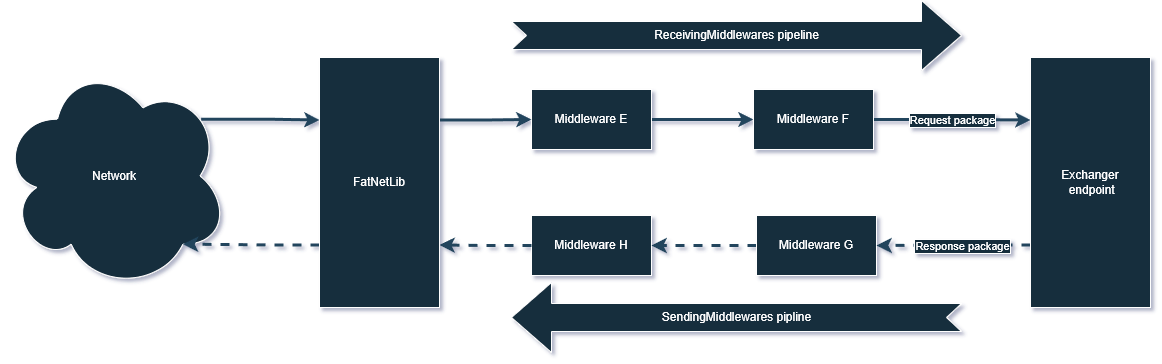
VasiliyKolihalov/FatNetLib keeps this draw.io diagram as docs/2-essentials/images/receiving-middlewares-pipline.drawio.png. Above is the earlier version. Source tidied: cells renumbered, new cells last; positions are measured from the earlier drawing's top-left corner, leaving out a move shared by most shapes.
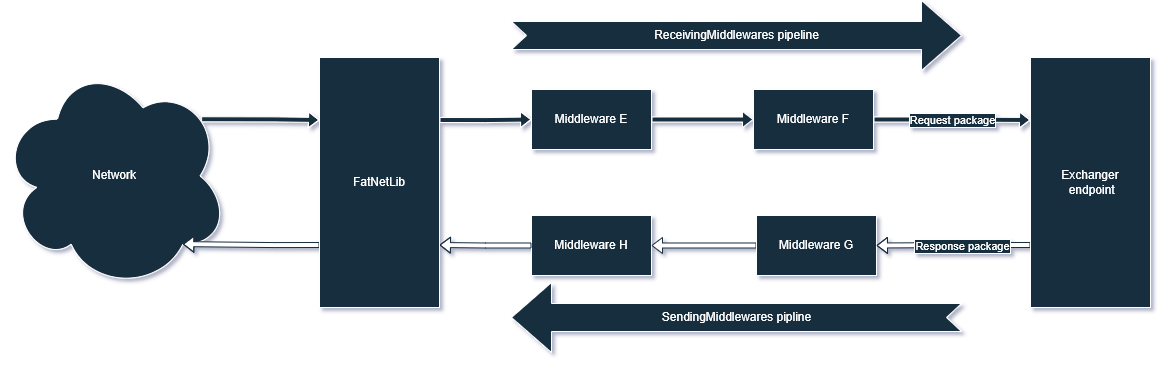
Later version of the same file.

Diff of the diagram source:
```diff
@@ -2,13 +2,13 @@
   <root>
     <mxCell id="0" />
     <mxCell id="1" parent="0" />
-    <mxCell id="2" style="edgeStyle=orthogonalEdgeStyle;rounded=0;jettySize=auto;html=1;entryX=0;entryY=0.5;entryDx=0;entryDy=0;strokeColor=#23445D;labelBackgroundColor=none;fontColor=default;strokeWidth=3;" parent="1" edge="1" source="3" target="5">
+    <mxCell id="2" style="edgeStyle=orthogonalEdgeStyle;rounded=0;jettySize=auto;html=1;entryX=0;entryY=0.5;entryDx=0;entryDy=0;strokeColor=#FFFFFF;labelBackgroundColor=default;fontColor=default;strokeWidth=1;shape=flexArrow;fontSize=18;shadow=0;fillColor=#182E3E;arcSize=20;endSize=3.1619047619047618;endWidth=10;width=5;" parent="1" edge="1" source="3" target="5">
       <mxGeometry relative="1" as="geometry" />
     </mxCell>
     <mxCell id="3" value="Middleware E" style="rounded=0;whiteSpace=wrap;html=1;strokeColor=#FFFFFF;fontColor=#FFFFFF;fillColor=#182E3E;labelBackgroundColor=none;" parent="1" vertex="1">
       <mxGeometry x="531" y="89" width="120" height="60" as="geometry" />
     </mxCell>
-    <mxCell id="4" style="edgeStyle=orthogonalEdgeStyle;rounded=0;jettySize=auto;html=1;entryX=0;entryY=0.25;entryDx=0;entryDy=0;strokeColor=#23445D;labelBackgroundColor=none;fontColor=default;strokeWidth=3;" parent="1" edge="1" source="5" target="12">
+    <mxCell id="4" style="edgeStyle=orthogonalEdgeStyle;rounded=0;jettySize=auto;html=1;entryX=0;entryY=0.25;entryDx=0;entryDy=0;strokeColor=#FFFFFF;labelBackgroundColor=default;fontColor=default;strokeWidth=1;shape=flexArrow;fontSize=18;shadow=0;fillColor=#182E3E;arcSize=20;endSize=3.1619047619047618;endWidth=10;width=5;" parent="1" edge="1" source="5" target="12">
       <mxGeometry relative="1" as="geometry" />
     </mxCell>
     <mxCell id="5" value="Middleware F" style="rounded=0;whiteSpace=wrap;html=1;strokeColor=#FFFFFF;fontColor=#FFFFFF;fillColor=#182E3E;labelBackgroundColor=none;" parent="1" vertex="1">
@@ -17,7 +17,7 @@
     <mxCell id="6" value="Middleware H" style="rounded=0;whiteSpace=wrap;html=1;strokeColor=#FFFFFF;fontColor=#FFFFFF;fillColor=#182E3E;labelBackgroundColor=none;" parent="1" vertex="1">
       <mxGeometry x="531" y="215" width="120" height="60" as="geometry" />
     </mxCell>
-    <mxCell id="7" style="edgeStyle=orthogonalEdgeStyle;rounded=0;jettySize=auto;html=1;strokeColor=#23445D;labelBackgroundColor=none;fontColor=default;dashed=1;strokeWidth=3;" parent="1" edge="1" source="8" target="6">
+    <mxCell id="7" style="edgeStyle=orthogonalEdgeStyle;rounded=0;jettySize=auto;html=1;strokeColor=#182E3E;labelBackgroundColor=default;fontColor=default;strokeWidth=1;shape=flexArrow;fontSize=18;shadow=0;fillColor=#FFFFFF;arcSize=20;endSize=3.1619047619047618;endWidth=10;width=5;" parent="1" edge="1" source="8" target="6">
       <mxGeometry relative="1" as="geometry" />
     </mxCell>
     <mxCell id="8" value="Middleware G" style="rounded=0;whiteSpace=wrap;html=1;strokeColor=#FFFFFF;fontColor=#FFFFFF;fillColor=#182E3E;labelBackgroundColor=none;" parent="1" vertex="1">
@@ -29,28 +29,28 @@
     <mxCell id="10" value="SendingMiddlewares pipline" style="html=1;shadow=0;dashed=0;align=center;verticalAlign=middle;shape=mxgraph.arrows2.arrow;dy=0.6;dx=40;notch=15;strokeColor=#FFFFFF;fontColor=#FFFFFF;fillColor=#182E3E;flipH=1;labelBackgroundColor=none;" parent="1" vertex="1">
       <mxGeometry x="511" y="282" width="450" height="70" as="geometry" />
     </mxCell>
-    <mxCell id="11" style="edgeStyle=orthogonalEdgeStyle;rounded=0;jettySize=auto;html=1;strokeColor=#23445D;exitX=0;exitY=0.75;exitDx=0;exitDy=0;labelBackgroundColor=none;fontColor=default;dashed=1;strokeWidth=3;" parent="1" edge="1" source="12" target="8">
+    <mxCell id="11" style="edgeStyle=orthogonalEdgeStyle;rounded=0;jettySize=auto;html=1;strokeColor=#182E3E;exitX=0;exitY=0.75;exitDx=0;exitDy=0;labelBackgroundColor=default;fontColor=default;strokeWidth=1;shape=flexArrow;fontSize=18;shadow=0;fillColor=#FFFFFF;arcSize=20;endSize=3.1619047619047618;endWidth=10;width=5;" parent="1" edge="1" source="12" target="8">
       <mxGeometry relative="1" as="geometry" />
     </mxCell>
     <mxCell id="12" value="Exchanger&lt;br&gt;&amp;nbsp;endpoint" style="rounded=0;whiteSpace=wrap;html=1;strokeColor=#FFFFFF;fontColor=#FFFFFF;fillColor=#182E3E;labelBackgroundColor=none;" parent="1" vertex="1">
       <mxGeometry x="1030" y="57" width="120" height="250" as="geometry" />
     </mxCell>
-    <mxCell id="13" style="edgeStyle=orthogonalEdgeStyle;rounded=0;jettySize=auto;html=1;exitX=0.88;exitY=0.25;exitDx=0;exitDy=0;exitPerimeter=0;entryX=0;entryY=0.25;entryDx=0;entryDy=0;strokeColor=#23445D;labelBackgroundColor=none;strokeWidth=3;" parent="1" edge="1" source="14" target="19">
+    <mxCell id="13" style="edgeStyle=orthogonalEdgeStyle;rounded=0;jettySize=auto;html=1;exitX=0.88;exitY=0.25;exitDx=0;exitDy=0;exitPerimeter=0;entryX=0;entryY=0.25;entryDx=0;entryDy=0;strokeColor=#FFFFFF;labelBackgroundColor=default;strokeWidth=1;shape=flexArrow;width=5;fontSize=18;shadow=0;fillColor=#182E3E;arcSize=20;endSize=3.1619047619047618;endWidth=10;" parent="1" edge="1" source="14" target="19">
       <mxGeometry relative="1" as="geometry" />
     </mxCell>
     <mxCell id="14" value="Network" style="ellipse;shape=cloud;whiteSpace=wrap;html=1;labelBackgroundColor=none;fillColor=#182E3E;strokeColor=#FFFFFF;fontColor=#FFFFFF;" parent="1" vertex="1">
       <mxGeometry y="62" width="228" height="227" as="geometry" />
     </mxCell>
-    <mxCell id="15" style="edgeStyle=orthogonalEdgeStyle;rounded=0;jettySize=auto;html=1;entryX=1;entryY=0.75;entryDx=0;entryDy=0;strokeColor=#23445D;labelBackgroundColor=none;fontColor=default;dashed=1;strokeWidth=3;" parent="1" edge="1" source="6" target="19">
+    <mxCell id="15" style="edgeStyle=orthogonalEdgeStyle;rounded=0;jettySize=auto;html=1;entryX=1;entryY=0.75;entryDx=0;entryDy=0;strokeColor=#182E3E;labelBackgroundColor=default;fontColor=default;strokeWidth=1;shape=flexArrow;fontSize=18;shadow=0;fillColor=#FFFFFF;arcSize=20;endSize=3.1619047619047618;endWidth=10;width=5;" parent="1" edge="1" source="6" target="19">
       <mxGeometry relative="1" as="geometry" />
     </mxCell>
     <mxCell id="16" value="Request package" style="edgeLabel;html=1;align=center;verticalAlign=middle;fontColor=#FFFFFF;labelBackgroundColor=#182E3E;labelBorderColor=#FFFFFF;" parent="1" vertex="1">
       <mxGeometry x="951" y="119" as="geometry" />
     </mxCell>
-    <mxCell id="17" style="edgeStyle=orthogonalEdgeStyle;rounded=0;jettySize=auto;html=1;exitX=0;exitY=0.75;exitDx=0;exitDy=0;entryX=0.8;entryY=0.8;entryDx=0;entryDy=0;entryPerimeter=0;strokeColor=#23445D;labelBackgroundColor=none;strokeWidth=3;dashed=1;" parent="1" edge="1" source="19" target="14">
+    <mxCell id="17" style="edgeStyle=orthogonalEdgeStyle;rounded=0;jettySize=auto;html=1;exitX=0;exitY=0.75;exitDx=0;exitDy=0;entryX=0.8;entryY=0.8;entryDx=0;entryDy=0;entryPerimeter=0;strokeColor=#182E3E;labelBackgroundColor=default;strokeWidth=1;shape=flexArrow;fontSize=18;shadow=0;fillColor=#FFFFFF;arcSize=20;endSize=3.1619047619047618;width=5;endWidth=10;" parent="1" edge="1" source="19" target="14">
       <mxGeometry relative="1" as="geometry" />
     </mxCell>
-    <mxCell id="18" style="edgeStyle=orthogonalEdgeStyle;rounded=0;jettySize=auto;html=1;exitX=1;exitY=0.25;exitDx=0;exitDy=0;strokeColor=#23445D;labelBackgroundColor=none;strokeWidth=3;" parent="1" edge="1" source="19" target="3">
+    <mxCell id="18" style="edgeStyle=orthogonalEdgeStyle;rounded=0;jettySize=auto;html=1;exitX=1;exitY=0.25;exitDx=0;exitDy=0;strokeColor=#FFFFFF;labelBackgroundColor=default;strokeWidth=1;shape=flexArrow;fontSize=18;shadow=0;fillColor=#182E3E;arcSize=20;endSize=3.1619047619047618;endWidth=10;width=5;" parent="1" edge="1" source="19" target="3">
       <mxGeometry relative="1" as="geometry" />
     </mxCell>
     <mxCell id="19" value="FatNetLib" style="rounded=0;whiteSpace=wrap;html=1;strokeColor=#FFFFFF;fontColor=#FFFFFF;fillColor=#182E3E;labelBackgroundColor=none;" parent="1" vertex="1">
```
